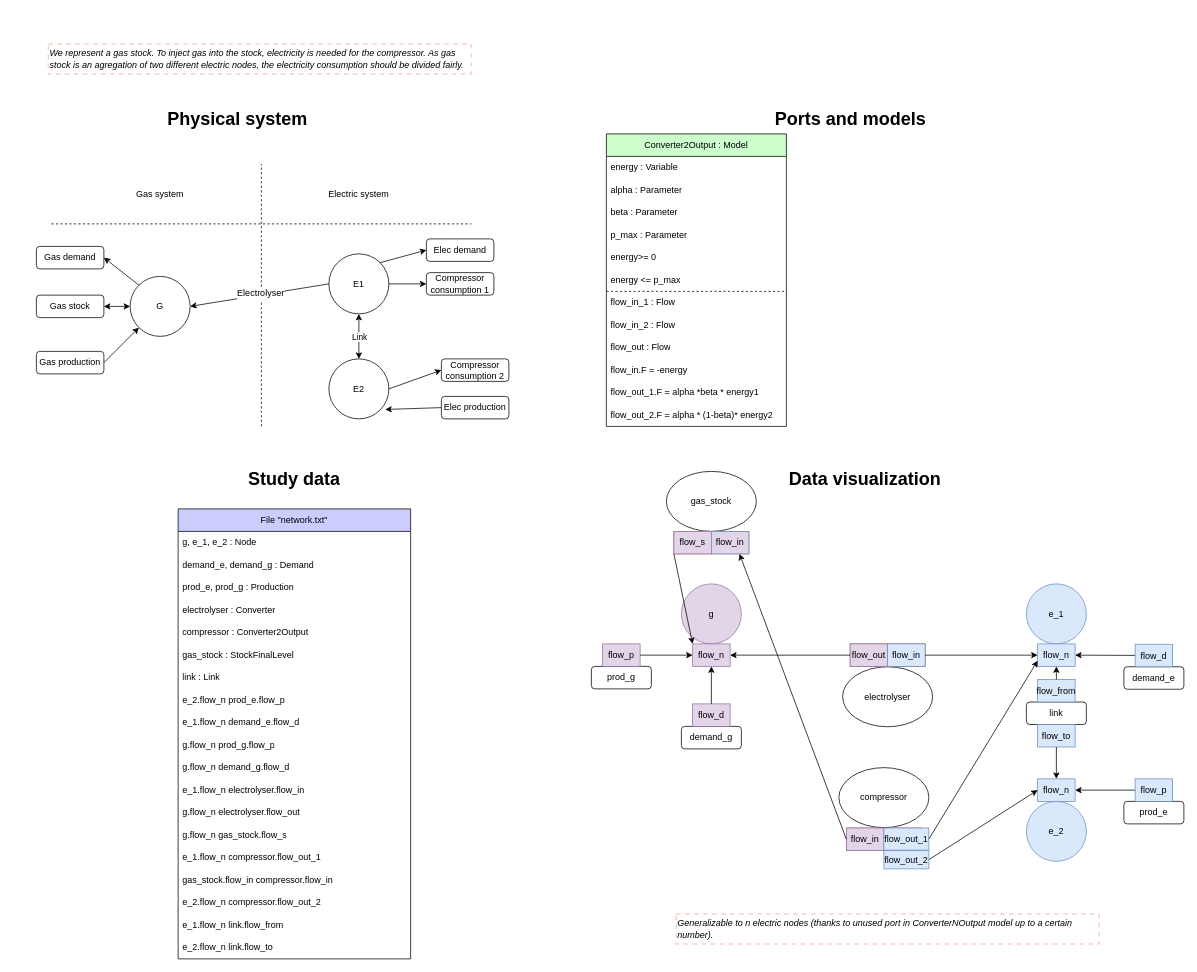
Earlier version of the draw.io diagram page "two_models_unique_compressor" (2 of 7) of models-design/systems/gas_stock_2_elec_compressor.drawio (AntaresSimulatorTeam/andromede-modeling-prototype). Source tidied: cells renumbered, new cells numbered last; positions are measured from the earlier drawing's top-left corner, leaving out a move shared by most shapes. Both pictures are drawn from the tidied source at 75%, with x=0, y=0 at pixel (13, 44).
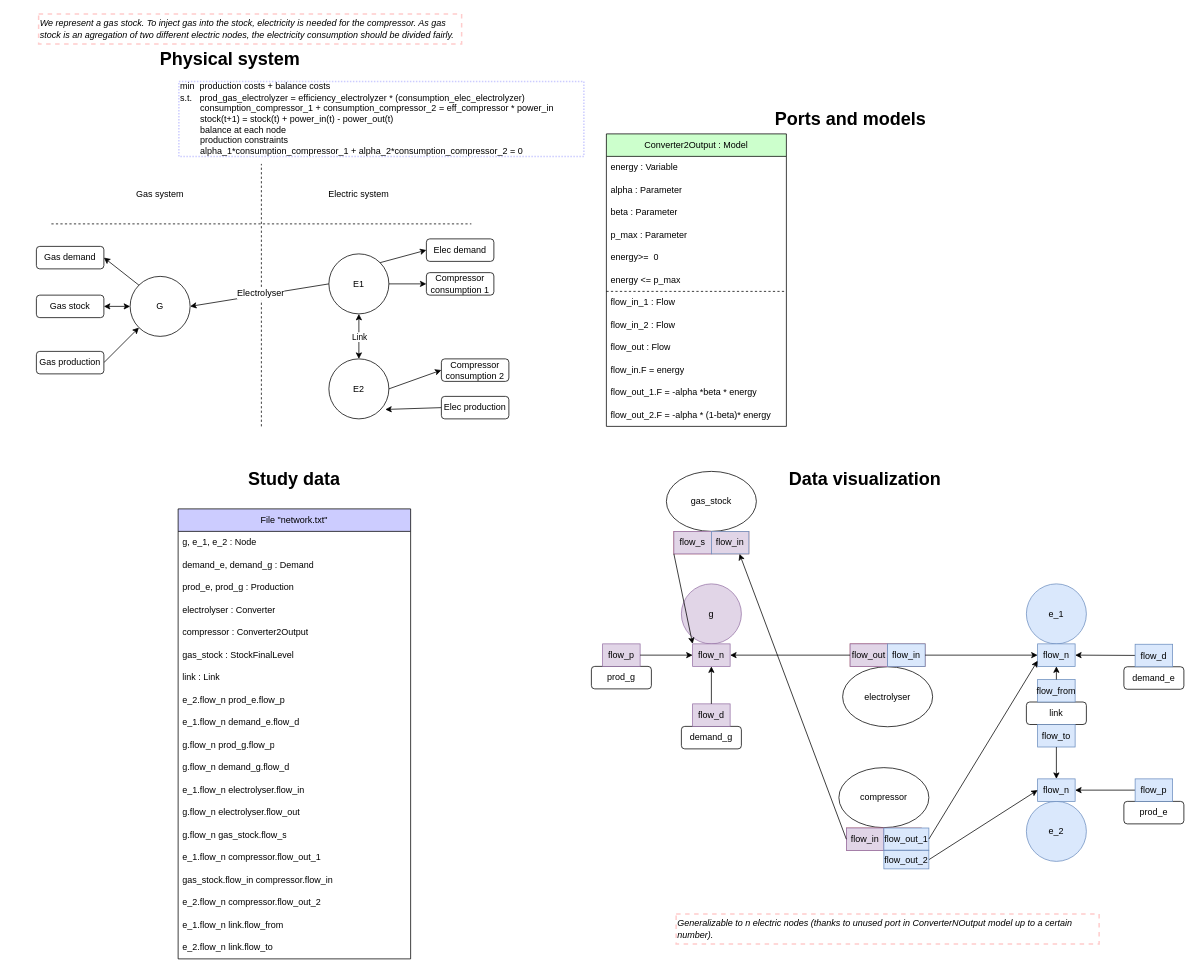
The same diagram, later.

Commit message (it also covers changes not shown here):
Corrections and add optimization problems in stock systems

Unchanged cells that the change refers to:
```xml
<mxCell id="107" value="Converter2Output : Model" style="swimlane;fontStyle=0;horizontal=1;startSize=30;whiteSpace=wrap;html=1;fontColor=#000000;fillColor=#CCFFCC;" parent="1" vertex="1">
  <mxGeometry x="791" y="120" width="240" height="390" as="geometry" />
</mxCell>
```

What changed in the source:
```diff
@@
     <mxCell id="16" value="&lt;h1&gt;Physical system&lt;br&gt;&lt;/h1&gt;" style="text;html=1;strokeColor=none;fillColor=none;spacing=5;spacingTop=-20;whiteSpace=wrap;overflow=hidden;rounded=0;" parent="1" vertex="1">
-      <mxGeometry x="201" y="80" width="250" height="40" as="geometry" />
+      <mxGeometry x="191" width="250" height="40" as="geometry" />
     </mxCell>
@@
     <mxCell id="81" value="&lt;i&gt;We represent a gas stock. To inject gas into the stock, electricity is needed for the compressor. As gas stock is an agregation of two different electric nodes, the electricity consumption should be divided fairly.&lt;/i&gt;" style="text;html=1;strokeColor=#FFCCCC;fillColor=none;align=left;verticalAlign=middle;whiteSpace=wrap;rounded=0;dashed=1;strokeWidth=2;" parent="1" vertex="1">
-      <mxGeometry x="47" width="564" height="40" as="geometry" />
+      <mxGeometry x="34" y="-40" width="564" height="40" as="geometry" />
     </mxCell>
@@
-    <mxCell id="112" value="energy&amp;gt;= 0" style="text;strokeColor=none;fillColor=none;align=left;verticalAlign=middle;spacingLeft=4;spacingRight=4;overflow=hidden;whiteSpace=wrap;html=1;" parent="107" vertex="1">
+    <mxCell id="112" value="energy&amp;gt;=&amp;nbsp; 0" style="text;strokeColor=none;fillColor=none;align=left;verticalAlign=middle;spacingLeft=4;spacingRight=4;overflow=hidden;whiteSpace=wrap;html=1;" parent="107" vertex="1">
       <mxGeometry y="150" width="240" height="30" as="geometry" />
     </mxCell>
@@
-    <mxCell id="118" value="flow_in.F = -energy" style="text;strokeColor=none;fillColor=none;align=left;verticalAlign=middle;spacingLeft=4;spacingRight=4;overflow=hidden;whiteSpace=wrap;html=1;" parent="107" vertex="1">
+    <mxCell id="118" value="flow_in.F = energy" style="text;strokeColor=none;fillColor=none;align=left;verticalAlign=middle;spacingLeft=4;spacingRight=4;overflow=hidden;whiteSpace=wrap;html=1;" parent="107" vertex="1">
       <mxGeometry y="300" width="240" height="30" as="geometry" />
     </mxCell>
-    <mxCell id="119" value="flow_out_1.F = alpha *beta * energy1" style="text;strokeColor=none;fillColor=none;align=left;verticalAlign=middle;spacingLeft=4;spacingRight=4;overflow=hidden;whiteSpace=wrap;html=1;" parent="107" vertex="1">
+    <mxCell id="119" value="flow_out_1.F = -alpha *beta * energy" style="text;strokeColor=none;fillColor=none;align=left;verticalAlign=middle;spacingLeft=4;spacingRight=4;overflow=hidden;whiteSpace=wrap;html=1;" parent="107" vertex="1">
       <mxGeometry y="330" width="240" height="30" as="geometry" />
     </mxCell>
-    <mxCell id="120" value="flow_out_2.F = alpha * (1-beta)* energy2" style="text;strokeColor=none;fillColor=none;align=left;verticalAlign=middle;spacingLeft=4;spacingRight=4;overflow=hidden;whiteSpace=wrap;html=1;" parent="107" vertex="1">
+    <mxCell id="120" value="flow_out_2.F = -alpha * (1-beta)* energy" style="text;strokeColor=none;fillColor=none;align=left;verticalAlign=middle;spacingLeft=4;spacingRight=4;overflow=hidden;whiteSpace=wrap;html=1;" parent="107" vertex="1">
       <mxGeometry y="360" width="240" height="30" as="geometry" />
     </mxCell>
@@
+    <mxCell id="124" value="min&amp;nbsp;&amp;nbsp;&lt;span style=&quot;&quot;&gt;&lt;/span&gt;production costs + balance costs&lt;br&gt;s.t.&amp;nbsp;&lt;span style=&quot;&quot;&gt;&amp;nbsp;&amp;nbsp;&lt;/span&gt;prod_gas_electrolyzer = efficiency_electrolyzer * (consumption_elec_electrolyzer)&amp;nbsp;&lt;br&gt;&lt;span style=&quot;&quot;&gt;&#9;&lt;/span&gt;&lt;span style=&quot;&quot;&gt;&#9;&lt;/span&gt;&lt;span style=&quot;white-space: pre;&quot;&gt;&#9;&lt;/span&gt;consumption_compressor_1 + consumption_compressor_2 =&amp;nbsp;eff_compressor * power_in&lt;br&gt;&lt;span style=&quot;&quot;&gt;&#9;&lt;/span&gt;&lt;span style=&quot;&quot;&gt;&#9;&lt;/span&gt;&lt;span style=&quot;white-space: pre;&quot;&gt;&#9;&lt;/span&gt;stock(t+1) = stock(t) + power_in(t) - power_out(t)&amp;nbsp;&amp;nbsp;&lt;br&gt;&lt;span style=&quot;&quot;&gt;&#9;&lt;/span&gt;&lt;span style=&quot;&quot;&gt;&#9;&lt;/span&gt;&lt;span style=&quot;white-space: pre;&quot;&gt;&#9;&lt;/span&gt;balance at each node&lt;br&gt;&lt;span style=&quot;&quot;&gt;&#9;&lt;/span&gt;&lt;span style=&quot;&quot;&gt;&#9;&lt;/span&gt;&lt;span style=&quot;white-space: pre;&quot;&gt;&#9;&lt;/span&gt;production constraints&lt;br&gt;&lt;span style=&quot;white-space: pre;&quot;&gt;&#9;&lt;/span&gt;alpha_1*consumption_compressor_1 + alpha_2*consumption_compressor_2 = 0" style="text;html=1;strokeColor=#CCCCFF;fillColor=none;align=left;verticalAlign=middle;whiteSpace=wrap;rounded=0;dashed=1;dashPattern=1 1;strokeWidth=2;" parent="1" vertex="1">
+      <mxGeometry x="221" y="50" width="540" height="100" as="geometry" />
+    </mxCell>
```
